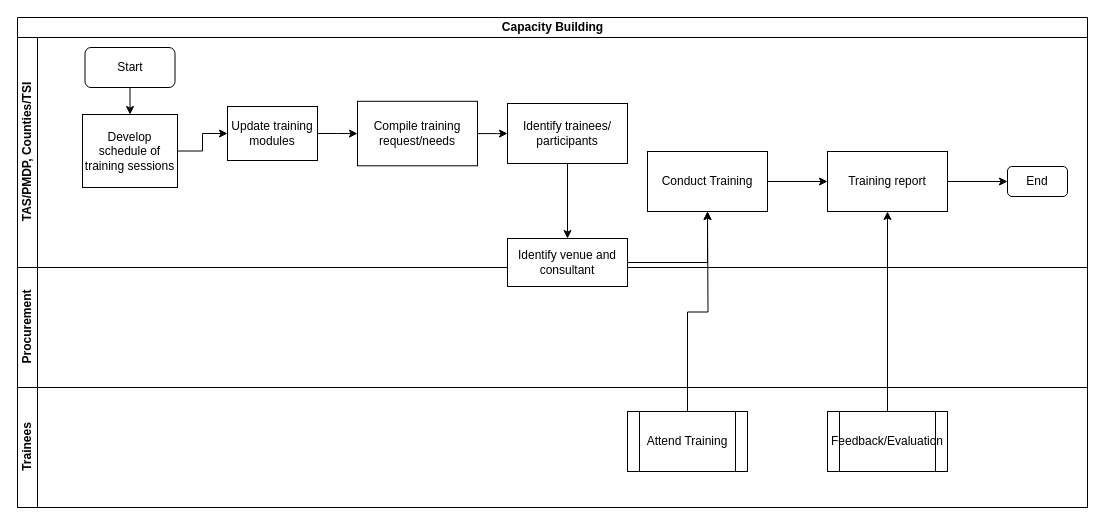
Above: TAS - Capacity Building.drawio in kmagua/flowcharts (draw.io), before the change. Source tidied: cells renumbered, new cells numbered last; positions are measured from the earlier drawing's top-left corner, leaving out a move shared by most shapes. Both pictures are drawn from the tidied source at 100%, with x=0, y=0 at pixel (17, 17).
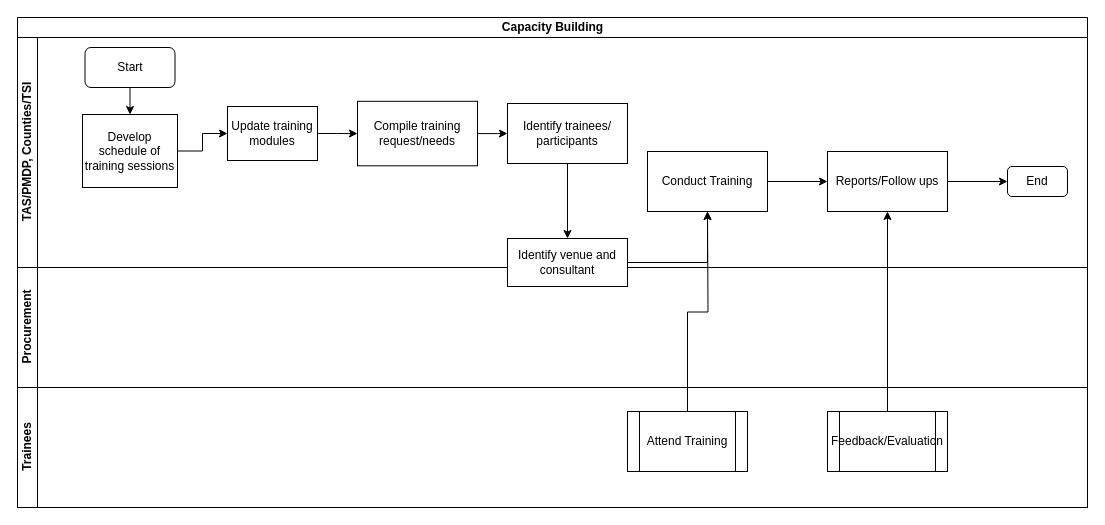
The same page after the edit.

The edit, as a diff of the source:
```diff
@@
-    <mxCell id="24" value="Training report" style="whiteSpace=wrap;html=1;rounded=0;" parent="1" vertex="1">
+    <mxCell id="24" value="Reports/Follow ups" style="whiteSpace=wrap;html=1;rounded=0;" parent="1" vertex="1">
       <mxGeometry x="810" y="134" width="120" height="60" as="geometry" />
     </mxCell>
```
